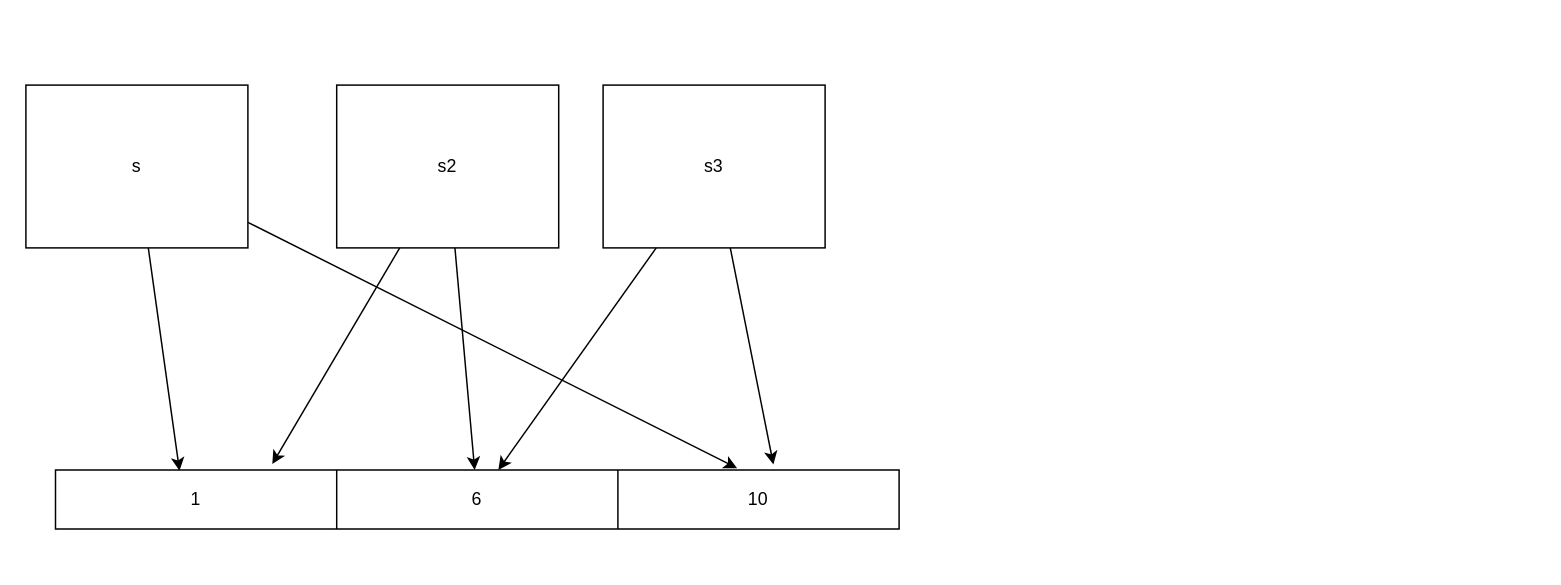
Earlier version of the draw.io diagram slice/slice.drawio (jin06/examples). Source tidied: cells renumbered, new cells numbered last; positions are measured from the earlier drawing's top-left corner, leaving out a move shared by most shapes. Both pictures are drawn from the tidied source at 148%, with x=0, y=0 at pixel (25, 84).
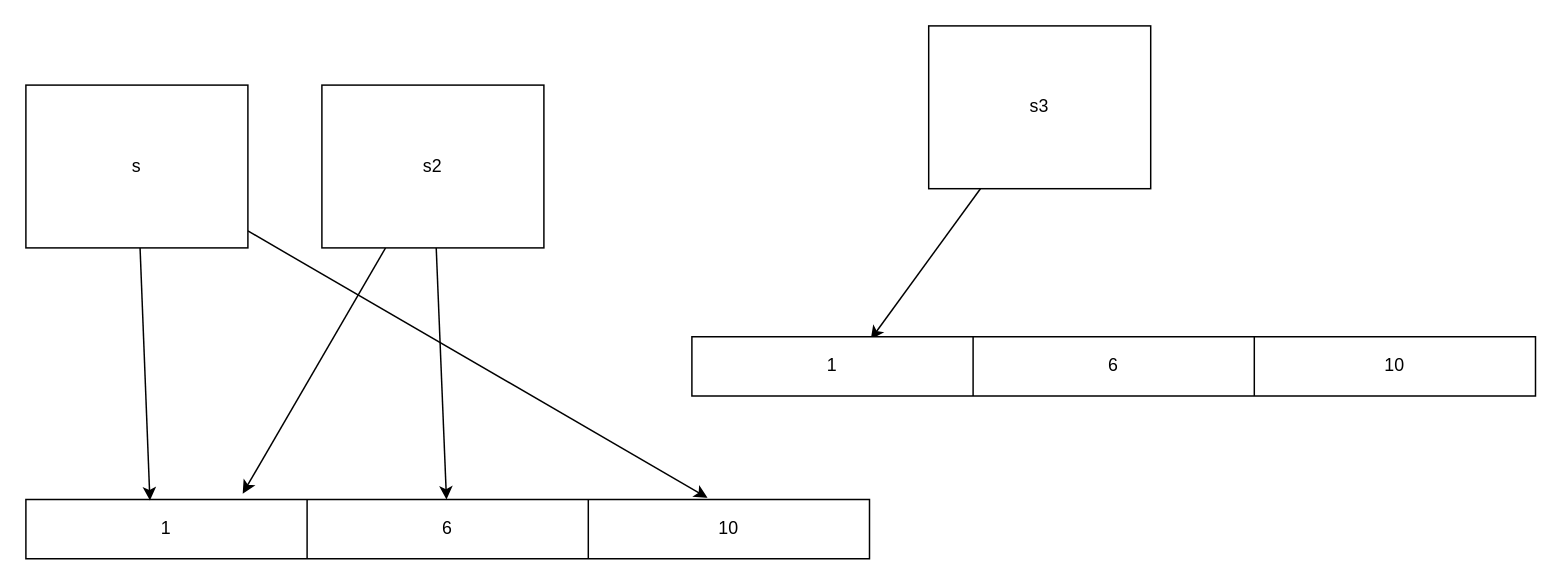
The same page after the edit.

Diff of the diagram source:
```diff
@@
 <mxGraphModel>
   <root>
     <mxCell id="0" />
     <mxCell id="1" parent="0" />
-    <mxCell id="2" style="edgeStyle=none;html=1;" parent="1" edge="1" source="4" target="6">
-      <mxGeometry relative="1" as="geometry" />
-    </mxCell>
-    <mxCell id="3" style="edgeStyle=none;html=1;entryX=0.851;entryY=-0.091;entryDx=0;entryDy=0;entryPerimeter=0;" parent="1" edge="1" source="4" target="6">
-      <mxGeometry relative="1" as="geometry" />
-    </mxCell>
+    <mxCell id="16" style="edgeStyle=none;html=1;entryX=0.212;entryY=0.045;entryDx=0;entryDy=0;entryPerimeter=0;" parent="1" edge="1" source="4" target="18">
+      <mxGeometry relative="1" as="geometry" />
+    </mxCell>
     <mxCell id="4" value="s3" style="rounded=0;whiteSpace=wrap;html=1;" parent="1" vertex="1">
-      <mxGeometry x="390" width="150" height="110" as="geometry" />
+      <mxGeometry x="610" y="-40" width="150" height="110" as="geometry" />
     </mxCell>
     <mxCell id="5" style="shape=table;html=1;whiteSpace=wrap;startSize=0;childLayout=tableLayout;" parent="1" vertex="1">
-      <mxGeometry x="20" y="260" width="570" height="40" as="geometry" />
+      <mxGeometry y="280" width="570" height="40" as="geometry" />
     </mxCell>
     <mxCell id="6" style="shape=tableRow;horizontal=0;startSize=0;swimlaneHead=0;swimlaneBody=0;top=0;left=0;bottom=0;right=0;fillColor=none;points=[[0,0.5],[1,0.5]];portConstraint=eastwest;" parent="5" vertex="1">
       <mxGeometry width="570" height="40" as="geometry" />
     </mxCell>
     <mxCell id="7" value="1" style="shape=partialRectangle;html=1;whiteSpace=wrap;fillColor=none;top=0;left=0;bottom=0;right=0;overflow=hidden;" parent="6" vertex="1">
       <mxGeometry width="190" height="40" as="geometry" />
     </mxCell>
     <mxCell id="8" value="6" style="shape=partialRectangle;html=1;whiteSpace=wrap;fillColor=none;top=0;left=0;bottom=0;right=0;overflow=hidden;" parent="6" vertex="1">
       <mxGeometry x="190" width="190" height="40" as="geometry" />
     </mxCell>
     <mxCell id="9" value="10" style="shape=partialRectangle;html=1;whiteSpace=wrap;fillColor=none;top=0;left=0;bottom=0;right=0;overflow=hidden;" parent="6" vertex="1">
       <mxGeometry x="380" width="190" height="40" as="geometry" />
     </mxCell>
     <mxCell id="10" style="edgeStyle=none;html=1;entryX=0.147;entryY=0.015;entryDx=0;entryDy=0;entryPerimeter=0;" parent="1" edge="1" source="12" target="6">
       <mxGeometry relative="1" as="geometry" />
     </mxCell>
     <mxCell id="11" style="edgeStyle=none;html=1;entryX=0.808;entryY=-0.029;entryDx=0;entryDy=0;entryPerimeter=0;" parent="1" edge="1" source="12" target="6">
       <mxGeometry relative="1" as="geometry" />
     </mxCell>
     <mxCell id="12" value="s" style="rounded=0;whiteSpace=wrap;html=1;" parent="1" vertex="1">
       <mxGeometry width="150" height="110" as="geometry" />
     </mxCell>
     <mxCell id="13" style="edgeStyle=none;html=1;entryX=0.257;entryY=-0.099;entryDx=0;entryDy=0;entryPerimeter=0;" parent="1" edge="1" source="15" target="6">
       <mxGeometry relative="1" as="geometry" />
     </mxCell>
     <mxCell id="14" style="edgeStyle=none;html=1;" parent="1" edge="1" source="15" target="6">
       <mxGeometry relative="1" as="geometry" />
     </mxCell>
     <mxCell id="15" value="s2" style="rounded=0;whiteSpace=wrap;html=1;" parent="1" vertex="1">
-      <mxGeometry x="210" width="150" height="110" as="geometry" />
+      <mxGeometry x="200" width="150" height="110" as="geometry" />
     </mxCell>
+    <mxCell id="17" style="shape=table;html=1;whiteSpace=wrap;startSize=0;childLayout=tableLayout;" parent="1" vertex="1">
+      <mxGeometry x="450" y="170" width="570" height="40" as="geometry" />
+    </mxCell>
+    <mxCell id="18" style="shape=tableRow;horizontal=0;startSize=0;swimlaneHead=0;swimlaneBody=0;top=0;left=0;bottom=0;right=0;fillColor=none;points=[[0,0.5],[1,0.5]];portConstraint=eastwest;" parent="17" vertex="1">
+      <mxGeometry width="570" height="40" as="geometry" />
+    </mxCell>
+    <mxCell id="19" value="1" style="shape=partialRectangle;html=1;whiteSpace=wrap;fillColor=none;top=0;left=0;bottom=0;right=0;overflow=hidden;" parent="18" vertex="1">
+      <mxGeometry width="190" height="40" as="geometry" />
+    </mxCell>
+    <mxCell id="20" value="6" style="shape=partialRectangle;html=1;whiteSpace=wrap;fillColor=none;top=0;left=0;bottom=0;right=0;overflow=hidden;" parent="18" vertex="1">
+      <mxGeometry x="190" width="190" height="40" as="geometry" />
+    </mxCell>
+    <mxCell id="21" value="10" style="shape=partialRectangle;html=1;whiteSpace=wrap;fillColor=none;top=0;left=0;bottom=0;right=0;overflow=hidden;" parent="18" vertex="1">
+      <mxGeometry x="380" width="190" height="40" as="geometry" />
+    </mxCell>
   </root>
 </mxGraphModel>
```
